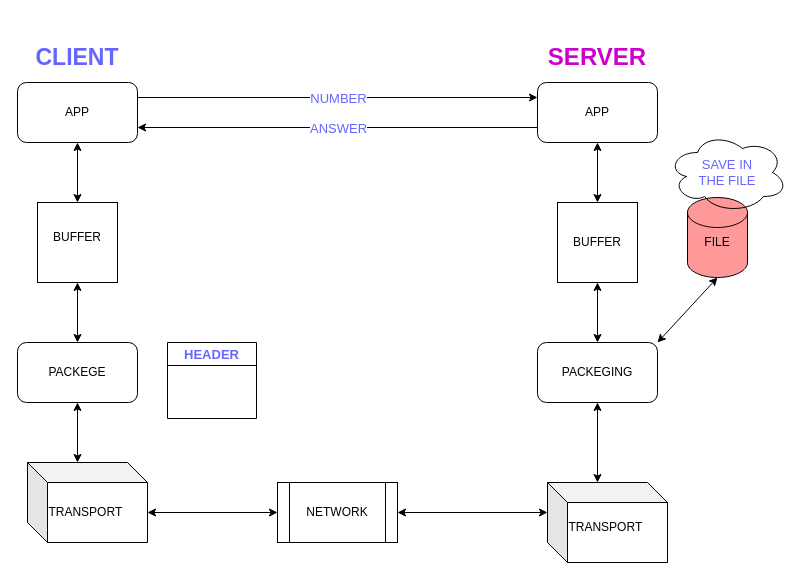
The draw.io diagram test.dio in ptoloudis/DISTRIBUTED_SYSTEMS, before the edit. Source tidied: cells renumbered, new cells numbered last; positions are measured from the earlier drawing's top-left corner, leaving out a move shared by most shapes. Both pictures are drawn from the tidied source at 100%, with x=0, y=0 at pixel (17, 17).
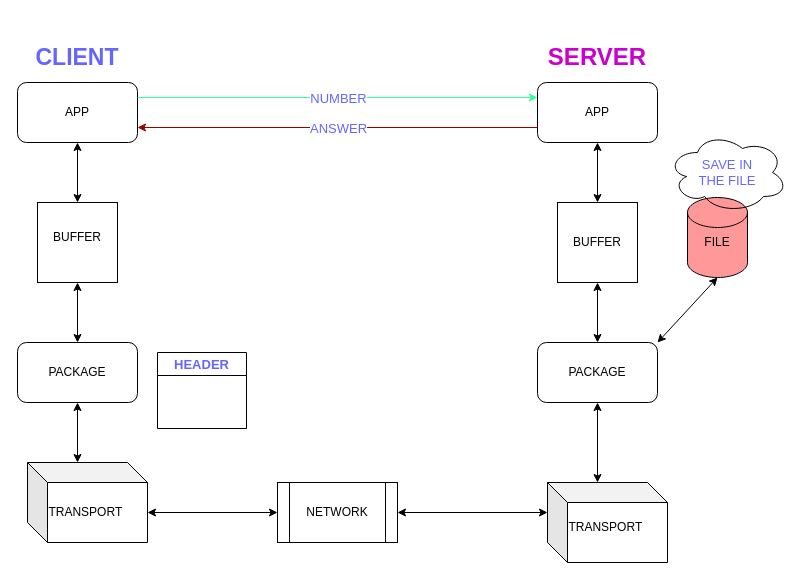
The same page after the edit.

Unchanged cells that the change refers to:
```xml
<mxCell id="3" style="rounded=1;whiteSpace=wrap;html=1;" parent="1" vertex="1">
  <mxGeometry y="65" width="120" height="60" as="geometry" />
</mxCell>
<mxCell id="4" style="rounded=1;whiteSpace=wrap;html=1;" parent="1" vertex="1">
  <mxGeometry x="520" y="65" width="120" height="60" as="geometry" />
</mxCell>
<mxCell id="31" value="CLIENT" style="text;html=1;strokeColor=none;fillColor=none;align=center;verticalAlign=middle;whiteSpace=wrap;rounded=0;fontStyle=1;fontSize=23;fontColor=#6666FF;" parent="1" vertex="1">
  <mxGeometry width="120" height="80" as="geometry" />
</mxCell>
<mxCell id="32" value="SERVER" style="text;html=1;strokeColor=none;fillColor=none;align=center;verticalAlign=middle;whiteSpace=wrap;rounded=0;fontStyle=1;fontSize=24;fontColor=#CC00CC;" parent="1" vertex="1">
  <mxGeometry x="520" width="120" height="80" as="geometry" />
</mxCell>
```

Diff of the diagram source:
```diff
@@
-    <mxCell id="26" value="PACKEGE" style="text;html=1;strokeColor=none;fillColor=none;align=center;verticalAlign=middle;whiteSpace=wrap;rounded=0;" parent="1" vertex="1">
+    <mxCell id="26" value="PACKAGE" style="text;html=1;strokeColor=none;fillColor=none;align=center;verticalAlign=middle;whiteSpace=wrap;rounded=0;" parent="1" vertex="1">
       <mxGeometry x="30" y="340" width="60" height="30" as="geometry" />
     </mxCell>
-    <mxCell id="27" value="PACKEGING" style="text;html=1;strokeColor=none;fillColor=none;align=center;verticalAlign=middle;whiteSpace=wrap;rounded=0;" parent="1" vertex="1">
-      <mxGeometry x="550" y="340" width="60" height="30" as="geometry" />
-    </mxCell>
@@
     <mxCell id="33" value="HEADER" style="swimlane;fontSize=13;fontColor=#6666FF;fillColor=none;" parent="1" vertex="1">
-      <mxGeometry x="150" y="325" width="89" height="76" as="geometry" />
+      <mxGeometry x="140" y="335" width="89" height="76" as="geometry" />
     </mxCell>
@@
-    <mxCell id="35" style="endArrow=classic;html=1;fontSize=13;fontColor=#6666FF;exitX=1;exitY=1;exitDx=0;exitDy=0;entryX=0;entryY=1;entryDx=0;entryDy=0;" parent="1" edge="1" source="31" target="32">
+    <mxCell id="35" style="endArrow=classic;html=1;fontSize=13;fontColor=#6666FF;exitX=1;exitY=1;exitDx=0;exitDy=0;entryX=0;entryY=1;entryDx=0;entryDy=0;strokeColor=#33FF99;" parent="1" edge="1" source="31" target="32">
       <mxGeometry relative="1" as="geometry" />
     </mxCell>
@@
-    <mxCell id="37" style="endArrow=classic;html=1;fontSize=13;fontColor=#6666FF;exitX=0;exitY=0.75;exitDx=0;exitDy=0;entryX=1;entryY=0.75;entryDx=0;entryDy=0;" parent="1" edge="1" source="4" target="3">
+    <mxCell id="37" style="endArrow=classic;html=1;fontSize=13;fontColor=#6666FF;exitX=0;exitY=0.75;exitDx=0;exitDy=0;entryX=1;entryY=0.75;entryDx=0;entryDy=0;strokeColor=#990000;" parent="1" edge="1" source="4" target="3">
       <mxGeometry relative="1" as="geometry" />
     </mxCell>
@@
+    <mxCell id="39" value="PACKAGE" style="text;html=1;strokeColor=none;fillColor=none;align=center;verticalAlign=middle;whiteSpace=wrap;rounded=0;" parent="1" vertex="1">
+      <mxGeometry x="550" y="340" width="60" height="30" as="geometry" />
+    </mxCell>
```
